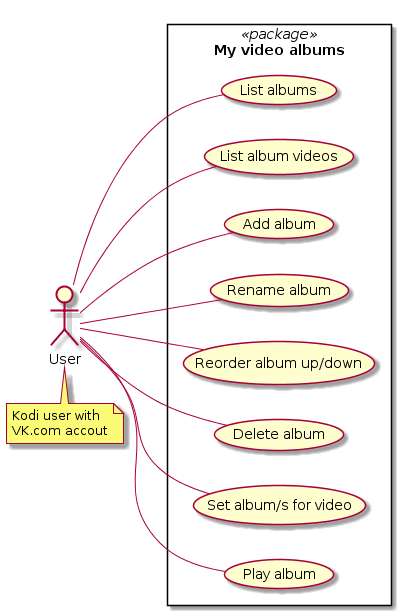
This is resources/docs/uml/1d-usecase-myvideoalbums.png from tommistolercz/plugin.video.vk, a PlantUML export, as it was before one commit. Source of this version:
```plantuml
@startuml
left to right direction

actor "User" as user
note "Kodi user with\nVK.com accout" as n
    user . n

rectangle "My video albums" <<package>> {
    user -- (List albums)
    user -- (List album videos)
    user -- (Add album)
    user -- (Rename album)
    user -- (Reorder album up/down)
    user -- (Delete album)
    user -- (Set album/s for video)
    user -- (Play album)
}
@enduml
```
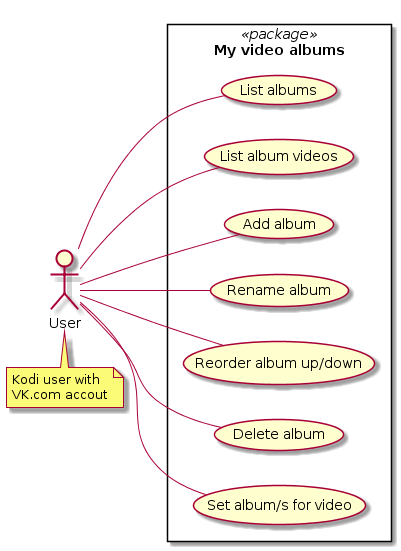
Later version of the same file.

The edit, as a diff of the source:
```diff
@@ -13,6 +13,5 @@
     user -- (Reorder album up/down)
     user -- (Delete album)
     user -- (Set album/s for video)
-    user -- (Play album)
 }
 @enduml
```
